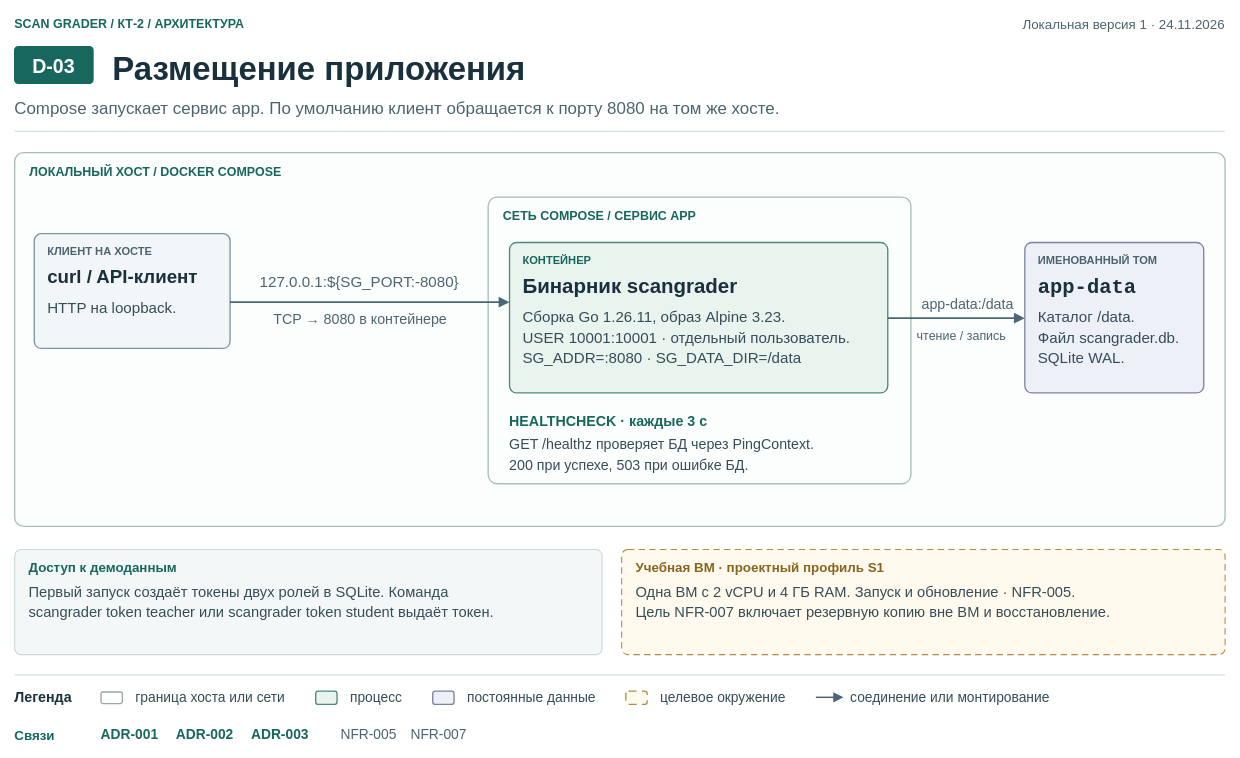
The draw.io diagram page "D-03 · Размещение приложения" (3 of 6) of docs/architecture/scan-grader.drawio in imogenclam/scanGrader_NIS, before the edit. Source tidied: cells renumbered, new cells numbered last; positions are measured from the earlier drawing's top-left corner, leaving out a move shared by most shapes. Both pictures are drawn from the tidied source at 89%, with x=0, y=0 at pixel (14, 14).
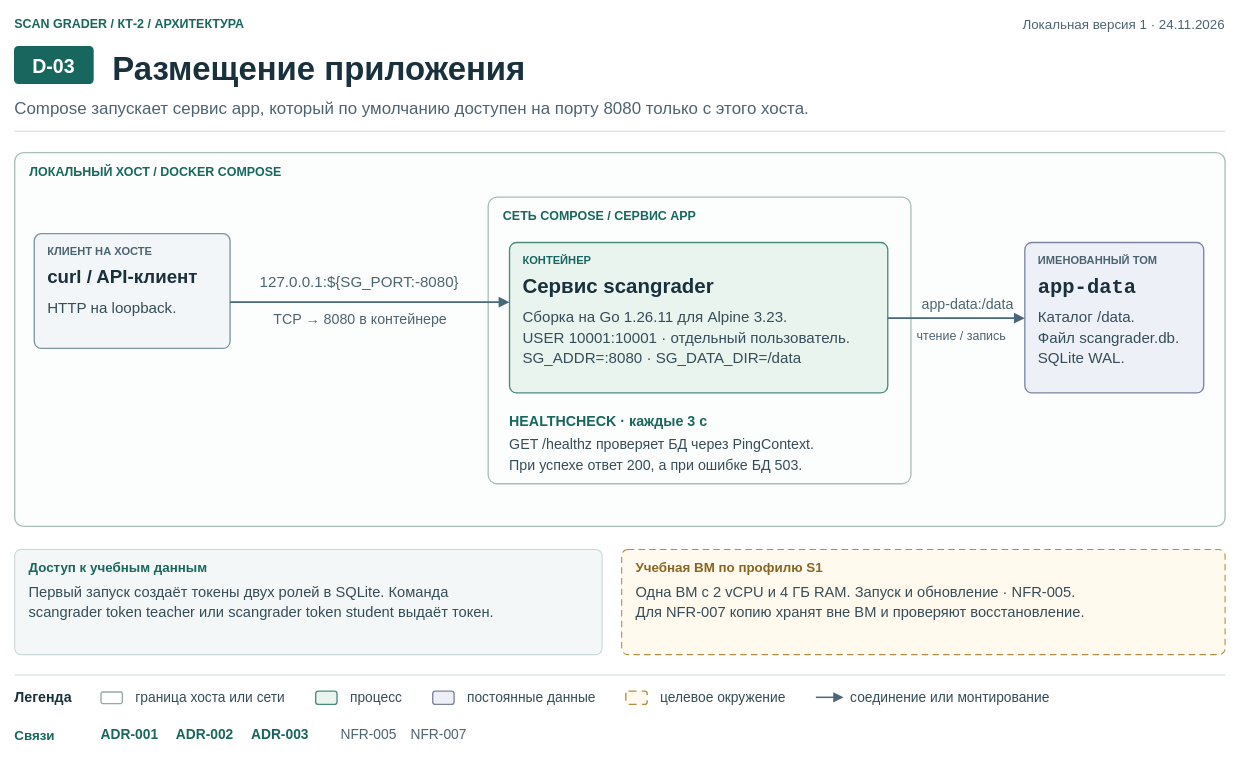
Above is the later version.

The change refers to these unchanged cells:
```xml
<mxCell id="15" style="shape=rectangle;rounded=1;absoluteArcSize=1;arcSize=20;html=0;fillColor=#FCFEFD;strokeColor=#A8BEB8;strokeWidth=1.5;dashed=0;dashPattern=6 4;" parent="9" vertex="1">
  <mxGeometry x="532" y="50" width="475" height="322" as="geometry" />
</mxCell>
<mxCell id="17" style="shape=rectangle;rounded=1;absoluteArcSize=1;arcSize=16;html=0;fillColor=#E9F4EF;strokeColor=#4D8A7E;strokeWidth=1.5;dashed=0;dashPattern=6 4;" parent="15" vertex="1">
  <mxGeometry x="24" y="51" width="425" height="169" as="geometry" />
</mxCell>
<mxCell id="38" style="shape=rectangle;rounded=1;absoluteArcSize=1;arcSize=14;html=0;fillColor=#F3F7F7;strokeColor=#C9D8D8;strokeWidth=1.2;dashed=0;dashPattern=6 4;" parent="1" vertex="1">
  <mxGeometry y="601" width="660" height="118" as="geometry" />
</mxCell>
<mxCell id="42" style="shape=rectangle;rounded=1;absoluteArcSize=1;arcSize=14;html=0;fillColor=#FFFAED;strokeColor=#B18C42;strokeWidth=1.2;dashed=1;dashPattern=6 4;" parent="1" vertex="1">
  <mxGeometry x="682" y="601" width="678" height="118" as="geometry" />
</mxCell>
```

Diff of the diagram source:
```diff
@@
-    <mxCell id="7" value="Compose запускает сервис app. По умолчанию клиент обращается к порту 8080 на том же хосте." style="text;html=0;whiteSpace=nowrap;strokeColor=none;fillColor=none;align=left;verticalAlign=middle;fontFamily=Arial;fontSize=19;fontColor=#4C6471;fontStyle=0;spacing=0;spacingTop=0;spacingLeft=0;spacingRight=0;spacingBottom=0;" parent="1" vertex="1">
+    <mxCell id="7" value="Compose запускает сервис app, который по умолчанию доступен на порту 8080 только с этого хоста." style="text;html=0;whiteSpace=nowrap;strokeColor=none;fillColor=none;align=left;verticalAlign=middle;fontFamily=Arial;fontSize=19;fontColor=#4C6471;fontStyle=0;spacing=0;spacingTop=0;spacingLeft=0;spacingRight=0;spacingBottom=0;" parent="1" vertex="1">
       <mxGeometry y="90" width="1360" height="27" as="geometry" />
     </mxCell>
@@
-    <mxCell id="19" value="Бинарник scangrader" style="text;html=0;whiteSpace=nowrap;strokeColor=none;fillColor=none;align=left;verticalAlign=middle;fontFamily=Arial;fontSize=23;fontColor=#19313D;fontStyle=1;spacing=0;spacingTop=0;spacingLeft=0;spacingRight=0;spacingBottom=0;" parent="17" vertex="1">
+    <mxCell id="19" value="Сервис scangrader" style="text;html=0;whiteSpace=nowrap;strokeColor=none;fillColor=none;align=left;verticalAlign=middle;fontFamily=Arial;fontSize=23;fontColor=#19313D;fontStyle=1;spacing=0;spacingTop=0;spacingLeft=0;spacingRight=0;spacingBottom=0;" parent="17" vertex="1">
       <mxGeometry x="15" y="31" width="395" height="31" as="geometry" />
     </mxCell>
-    <mxCell id="20" value="Сборка Go 1.26.11, образ Alpine 3.23." style="text;html=0;whiteSpace=nowrap;strokeColor=none;fillColor=none;align=left;verticalAlign=middle;fontFamily=Arial;fontSize=17;fontColor=#354D59;fontStyle=0;spacing=0;spacingTop=0;spacingLeft=0;spacingRight=0;spacingBottom=0;" parent="17" vertex="1">
+    <mxCell id="20" value="Сборка на Go 1.26.11 для Alpine 3.23." style="text;html=0;whiteSpace=nowrap;strokeColor=none;fillColor=none;align=left;verticalAlign=middle;fontFamily=Arial;fontSize=17;fontColor=#354D59;fontStyle=0;spacing=0;spacingTop=0;spacingLeft=0;spacingRight=0;spacingBottom=0;" parent="17" vertex="1">
       <mxGeometry x="15" y="72" width="395" height="21" as="geometry" />
     </mxCell>
@@
-    <mxCell id="25" value="200 при успехе, 503 при ошибке БД." style="text;html=0;whiteSpace=nowrap;strokeColor=none;fillColor=none;align=left;verticalAlign=middle;fontFamily=Arial;fontSize=16;fontColor=#354D59;fontStyle=0;spacing=0;spacingTop=0;spacingLeft=0;spacingRight=0;spacingBottom=0;" parent="15" vertex="1">
+    <mxCell id="25" value="При успехе ответ 200, а при ошибке БД 503." style="text;html=0;whiteSpace=nowrap;strokeColor=none;fillColor=none;align=left;verticalAlign=middle;fontFamily=Arial;fontSize=16;fontColor=#354D59;fontStyle=0;spacing=0;spacingTop=0;spacingLeft=0;spacingRight=0;spacingBottom=0;" parent="15" vertex="1">
       <mxGeometry x="24" y="290" width="431" height="20" as="geometry" />
     </mxCell>
@@
-    <mxCell id="39" value="Доступ к демоданным" style="text;html=0;whiteSpace=nowrap;strokeColor=none;fillColor=none;align=left;verticalAlign=middle;fontFamily=Arial;fontSize=15;fontColor=#17675F;fontStyle=1;spacing=0;spacingTop=0;spacingLeft=0;spacingRight=0;spacingBottom=0;" parent="38" vertex="1">
+    <mxCell id="39" value="Доступ к учебным данным" style="text;html=0;whiteSpace=nowrap;strokeColor=none;fillColor=none;align=left;verticalAlign=middle;fontFamily=Arial;fontSize=15;fontColor=#17675F;fontStyle=1;spacing=0;spacingTop=0;spacingLeft=0;spacingRight=0;spacingBottom=0;" parent="38" vertex="1">
       <mxGeometry x="16" y="9" width="628" height="20" as="geometry" />
     </mxCell>
@@
-    <mxCell id="43" value="Учебная ВМ · проектный профиль S1" style="text;html=0;whiteSpace=nowrap;strokeColor=none;fillColor=none;align=left;verticalAlign=middle;fontFamily=Arial;fontSize=15;fontColor=#886420;fontStyle=1;spacing=0;spacingTop=0;spacingLeft=0;spacingRight=0;spacingBottom=0;" parent="42" vertex="1">
+    <mxCell id="43" value="Учебная ВМ по профилю S1" style="text;html=0;whiteSpace=nowrap;strokeColor=none;fillColor=none;align=left;verticalAlign=middle;fontFamily=Arial;fontSize=15;fontColor=#886420;fontStyle=1;spacing=0;spacingTop=0;spacingLeft=0;spacingRight=0;spacingBottom=0;" parent="42" vertex="1">
       <mxGeometry x="16" y="9" width="646" height="20" as="geometry" />
     </mxCell>
@@
-    <mxCell id="45" value="Цель NFR-007 включает резервную копию вне ВМ и восстановление." style="text;html=0;whiteSpace=nowrap;strokeColor=none;fillColor=none;align=left;verticalAlign=middle;fontFamily=Arial;fontSize=16.5;fontColor=#354D59;fontStyle=0;spacing=0;spacingTop=0;spacingLeft=0;spacingRight=0;spacingBottom=0;" parent="42" vertex="1">
+    <mxCell id="45" value="Для NFR-007 копию хранят вне ВМ и проверяют восстановление." style="text;html=0;whiteSpace=nowrap;strokeColor=none;fillColor=none;align=left;verticalAlign=middle;fontFamily=Arial;fontSize=16.5;fontColor=#354D59;fontStyle=0;spacing=0;spacingTop=0;spacingLeft=0;spacingRight=0;spacingBottom=0;" parent="42" vertex="1">
       <mxGeometry x="16" y="58" width="646" height="21" as="geometry" />
     </mxCell>
```
